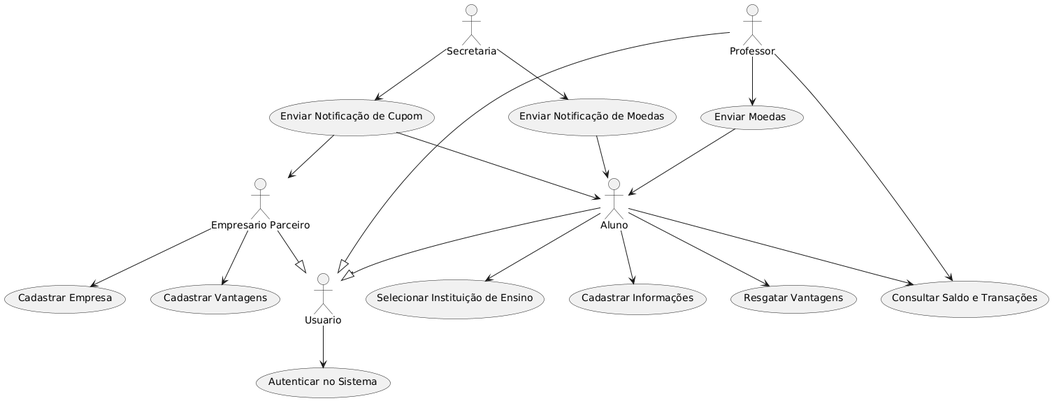
This is project/img/useCaseDiagram.png from RafaMtF/LDS-Lab03, a PlantUML export, as it was before one commit. Its source is kept beside it as project/code/useCaseDiagram.puml.
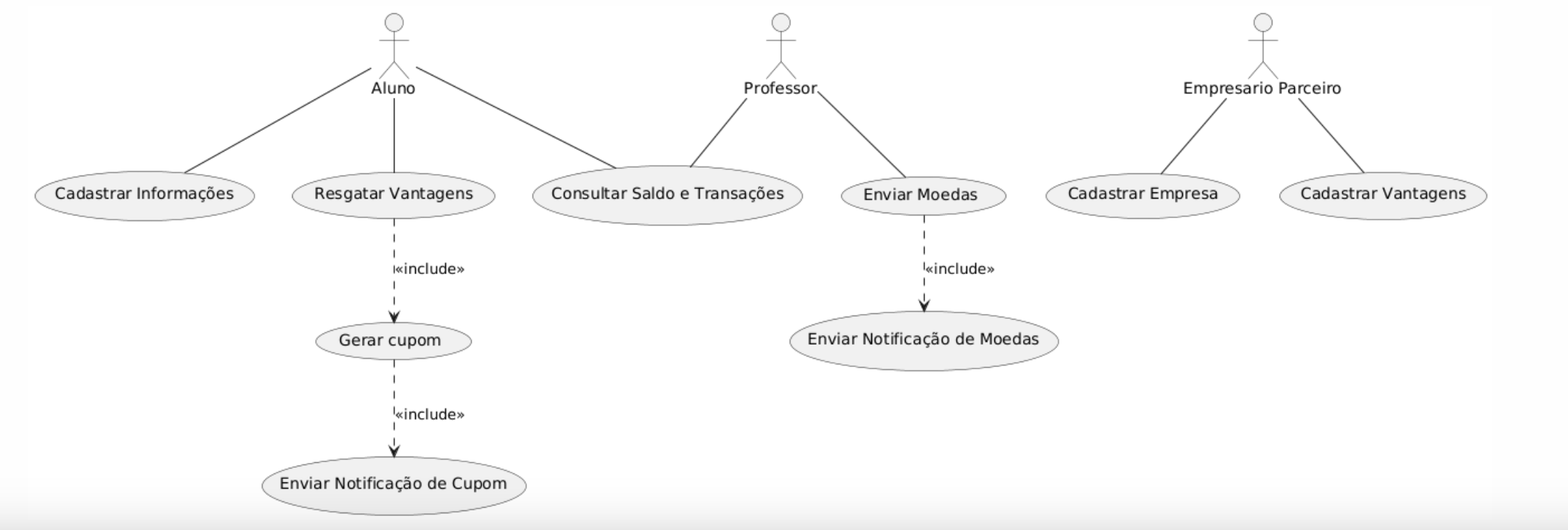
The same diagram one commit later.

Commit message:
Update use case diagram

The edit, as a diff of the source:
```diff
@@ -3,11 +3,8 @@
 actor "Aluno" as aluno
 actor "Professor" as professor
 actor "Empresario Parceiro" as empresario
-actor "Secretaria" as secretaria
-"Usuario" as usuario
 
 usecase "Cadastrar Informações" as CadastrarInfo
-usecase "Autenticar no Sistema" as Autenticar
 usecase "Resgatar Vantagens" as ResgatarVantagens
 usecase "Consultar Saldo e Transações" as ConsultarSaldo
 usecase "Enviar Moedas" as EnviarMoedas
@@ -15,30 +12,20 @@
 usecase "Cadastrar Vantagens" as CadastrarVantagens
 usecase "Enviar Notificação de Moedas" as EnviarNotificacaoMoedas
 usecase "Enviar Notificação de Cupom" as EnviarNotificacaoCupom
-usecase "Selecionar Instituição de Ensino" as SelecionarInstituicao
+usecase "Gerar cupom"as GerarCupom
 
-aluno --|> usuario
-professor --|> usuario
-empresario --|> usuario
-usuario --> Autenticar
+aluno -- CadastrarInfo
+aluno -- ResgatarVantagens
+aluno -- ConsultarSaldo
 
+professor -- EnviarMoedas
+professor -- ConsultarSaldo
 
-aluno --> CadastrarInfo
-aluno --> ResgatarVantagens
-aluno --> ConsultarSaldo
-aluno --> SelecionarInstituicao
+empresario -- CadastrarEmpresa
+empresario -- CadastrarVantagens
 
-professor --> EnviarMoedas
-professor --> ConsultarSaldo
-EnviarMoedas --> aluno
-
-empresario --> CadastrarEmpresa
-empresario --> CadastrarVantagens
-
-secretaria --> EnviarNotificacaoMoedas
-secretaria --> EnviarNotificacaoCupom
-EnviarNotificacaoMoedas --> aluno
-EnviarNotificacaoCupom --> empresario
-EnviarNotificacaoCupom --> aluno
+EnviarMoedas ..> EnviarNotificacaoMoedas : <<include>>
+ResgatarVantagens ..> GerarCupom : <<include>>
+GerarCupom ..> EnviarNotificacaoCupom : <<include>>
 
 @enduml
```
